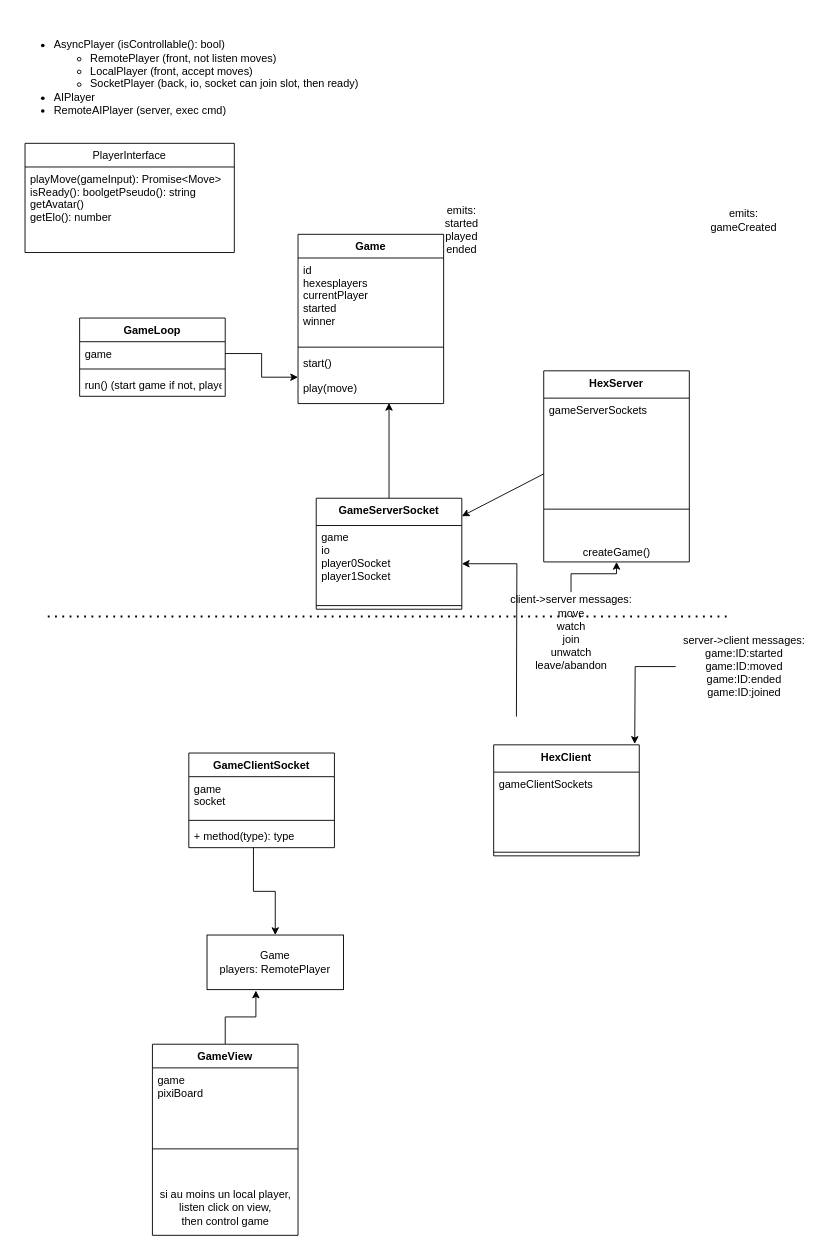
Above: Diagramme sans nom.drawio in playhex/playhex (draw.io), before the change. Source tidied: cells renumbered, new cells numbered last; positions are measured from the earlier drawing's top-left corner, leaving out a move shared by most shapes. Both pictures are drawn from the tidied source at 91%, with x=0, y=0 at pixel (15, 15).
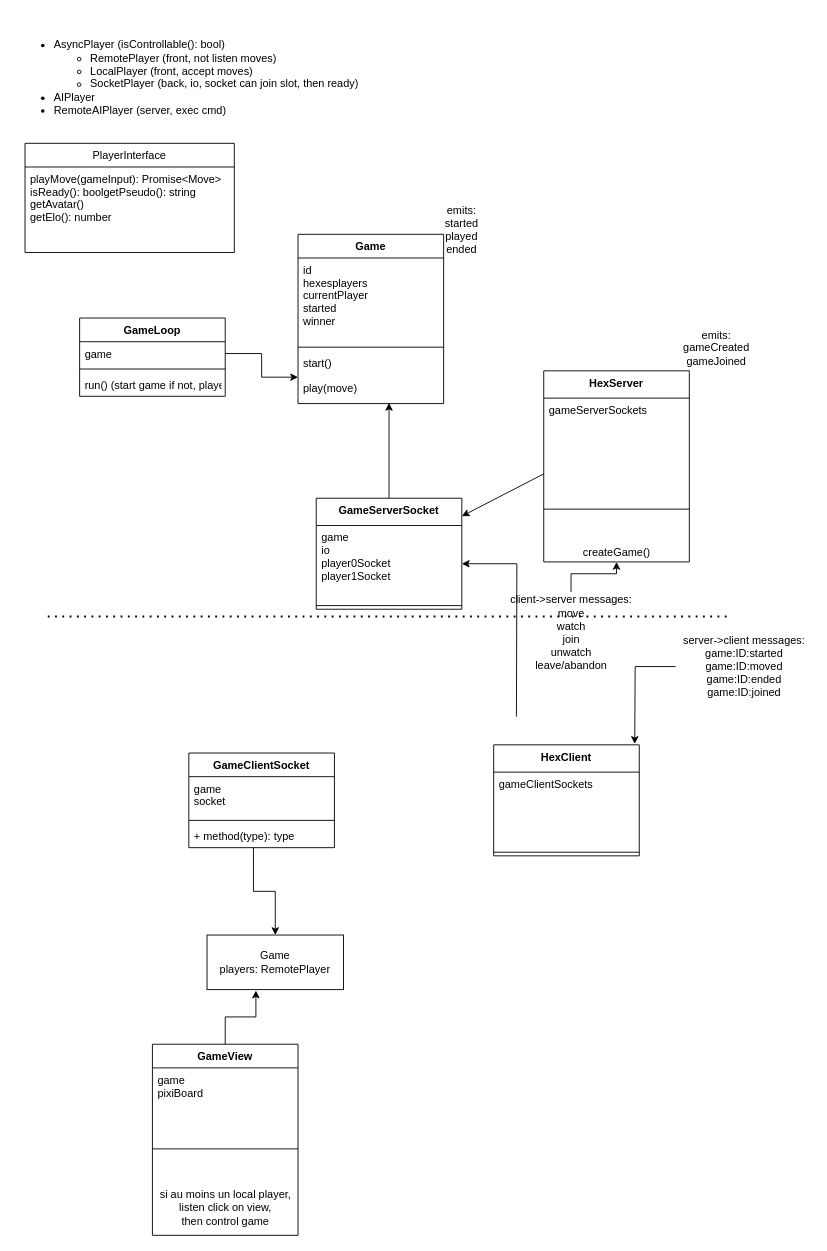
After the change.

Diff of the diagram source:
```diff
@@
-    <mxCell id="44" value="&lt;div&gt;emits:&lt;/div&gt;&lt;div&gt;gameCreated&lt;/div&gt;" style="text;html=1;strokeColor=none;fillColor=none;align=center;verticalAlign=middle;whiteSpace=wrap;rounded=0;" parent="1" vertex="1">
-      <mxGeometry x="770" y="210" width="60" height="30" as="geometry" />
+    <mxCell id="44" value="&lt;div&gt;emits:&lt;/div&gt;&lt;div&gt;gameCreated&lt;/div&gt;&lt;div&gt;gameJoined&lt;/div&gt;" style="text;html=1;strokeColor=none;fillColor=none;align=center;verticalAlign=middle;whiteSpace=wrap;rounded=0;" parent="1" vertex="1">
+      <mxGeometry x="740" y="350" width="60" height="30" as="geometry" />
     </mxCell>
```
